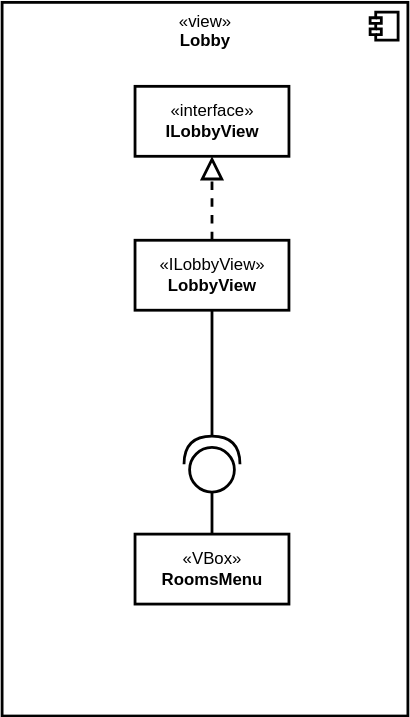
This is docs/application/diagrams/LobbyViewClassDiagram.drawio.svg from HaniAlshikh/tron, a draw.io export, as it was before one commit. Source tidied: cells renumbered, new cells last; positions are measured from the earlier drawing's top-left corner, leaving out a move shared by most shapes.
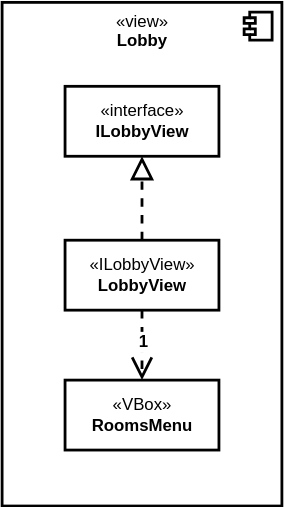
After the change.

Commit message:
view class diagrams

The edit, as a diff of the source:
```diff
@@ -3,7 +3,7 @@
     <mxCell id="0" />
     <mxCell id="1" parent="0" />
     <mxCell id="2" value="«view»&lt;b&gt;&lt;br&gt;Lobby&lt;/b&gt;" style="html=1;strokeWidth=2;align=center;verticalAlign=top;" parent="1" vertex="1">
-      <mxGeometry width="290" height="510" as="geometry" />
+      <mxGeometry x="50" width="200" height="360" as="geometry" />
     </mxCell>
     <mxCell id="3" style="shape=module;jettyWidth=8;jettyHeight=4;strokeWidth=2;align=center;verticalAlign=middle;" parent="2" vertex="1">
       <mxGeometry x="1" width="20" height="20" relative="1" as="geometry">
@@ -20,22 +20,15 @@
       <mxGeometry relative="1" as="geometry" />
     </mxCell>
     <mxCell id="7" value="«VBox»&lt;br&gt;&lt;b&gt;RoomsMenu&lt;/b&gt;" style="html=1;strokeWidth=2;" parent="1" vertex="1">
-      <mxGeometry x="95" y="380" width="110" height="50" as="geometry" />
+      <mxGeometry x="95" y="270" width="110" height="50" as="geometry" />
     </mxCell>
-    <mxCell id="8" style="edgeStyle=orthogonalEdgeStyle;shape=connector;rounded=0;html=1;labelBackgroundColor=default;fontFamily=Helvetica;fontSize=11;fontColor=default;endArrow=none;endFill=0;strokeColor=default;strokeWidth=2;" parent="1" edge="1" source="10">
-      <mxGeometry relative="1" as="geometry">
-        <mxPoint x="150" y="220" as="targetPoint" />
-        <Array as="points">
-          <mxPoint x="150" y="290" />
-          <mxPoint x="150" y="290" />
-        </Array>
-      </mxGeometry>
-    </mxCell>
-    <mxCell id="9" style="edgeStyle=orthogonalEdgeStyle;shape=connector;rounded=0;html=1;labelBackgroundColor=default;fontFamily=Helvetica;fontSize=11;fontColor=default;endArrow=none;endFill=0;strokeColor=default;strokeWidth=2;" parent="1" edge="1" source="10" target="7">
-      <mxGeometry relative="1" as="geometry" />
-    </mxCell>
-    <mxCell id="10" style="shape=providedRequiredInterface;html=1;verticalLabelPosition=bottom;strokeWidth=2;direction=south;flipV=1;" parent="1" vertex="1">
-      <mxGeometry x="130" y="310" width="40" height="40" as="geometry" />
-    </mxCell>
+    <mxCell id="11" style="endArrow=open;endSize=12;dashed=1;html=1;strokeWidth=2;" parent="1" edge="1" source="5" target="7">
+      <mxGeometry relative="1" as="geometry" />
+    </mxCell>
+    <mxCell id="12" value="1" style="edgeLabel;html=1;align=center;verticalAlign=middle;fontStyle=1;fontSize=12;" parent="11" vertex="1">
+      <mxGeometry x="-0.09" relative="1" as="geometry">
+        <mxPoint x="1" as="offset" />
+      </mxGeometry>
+    </mxCell>
   </root>
 </mxGraphModel>
```
